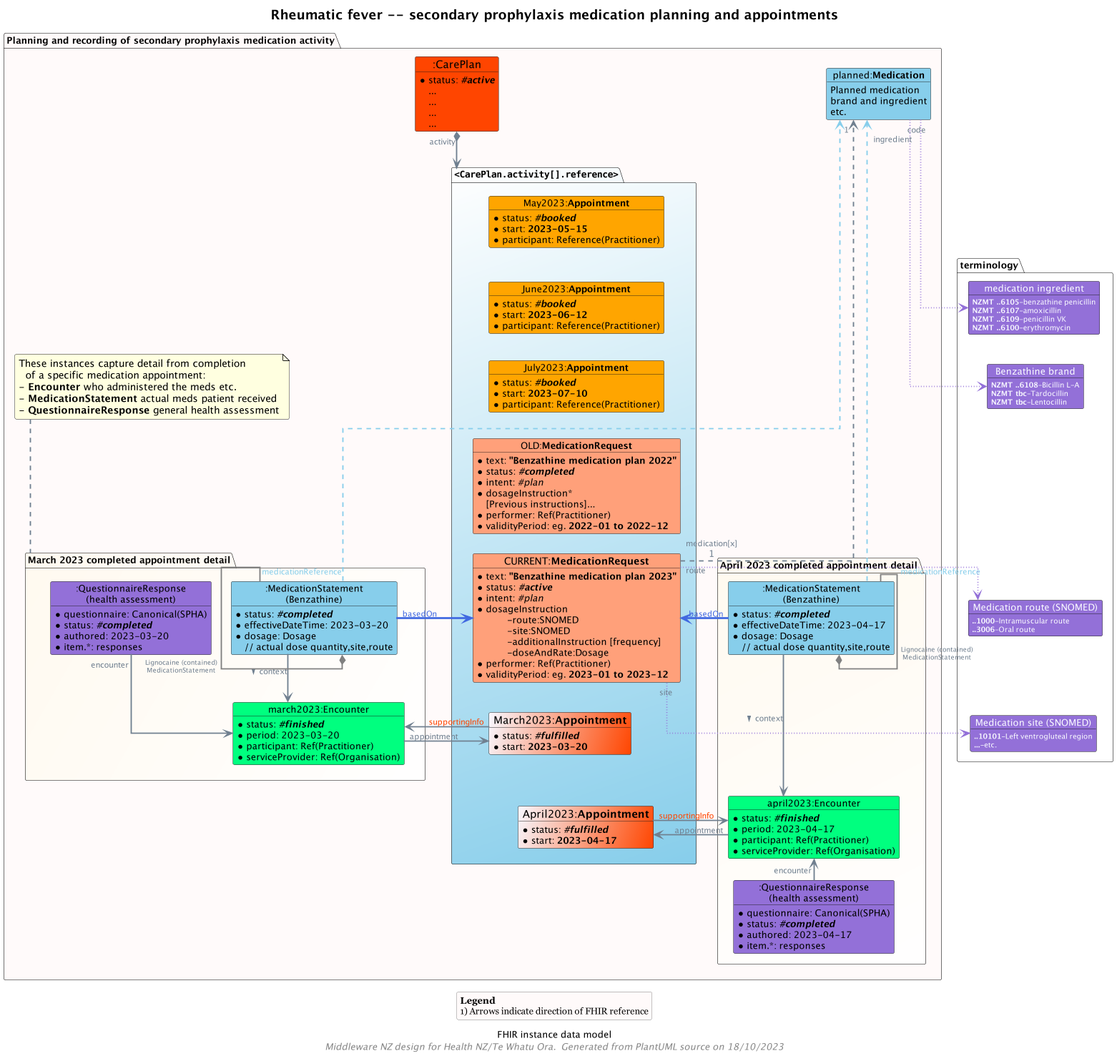
Earlier version of the PlantUML export input/images/obj-FHIR-data-rheumaticfever-appointment.png (tewhatuora/cinc-fhir-ig).
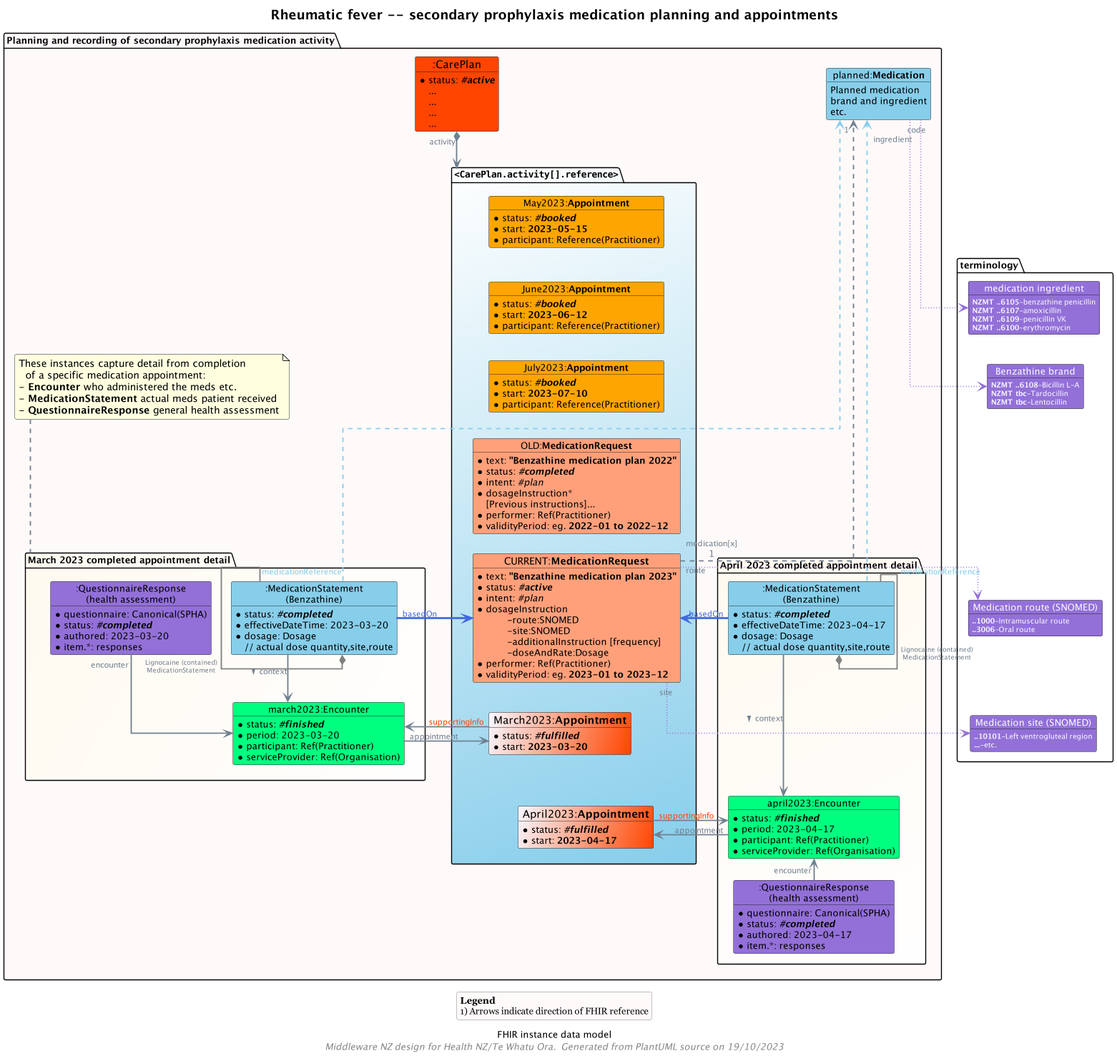
Later version of the same file.

Change to the diagram source:
```diff
@@ -1,4 +1,4 @@
-@startuml obj-FHIR-data-rheumatic-fever-appointment
+@startuml obj-FHIR-data-rheumaticfever-appointment
 
 title "Rheumatic fever -- secondary prophylaxis medication planning and appointments"
 
@@ -7,6 +7,7 @@
 footer "Middleware NZ design for Health NZ/Te Whatu Ora.  Generated from PlantUML source on %date('dd/MM/yyyy')"
 skinparam FooterFontSize 14
 skinparam FooterFontStyle italic
+
 
 skinparam arrowFontSize 14
 skinparam ArrowMessageAlignment right
@@ -20,8 +21,6 @@
 skinparam NoteFontSize 15
 skinparam NoteTextAlignment left
 skinparam NoteBackgroundColor #LightYellow
-
-skinparam PackageBorderThickness 0.6
 
 skinparam roundcorner 5
 
```
